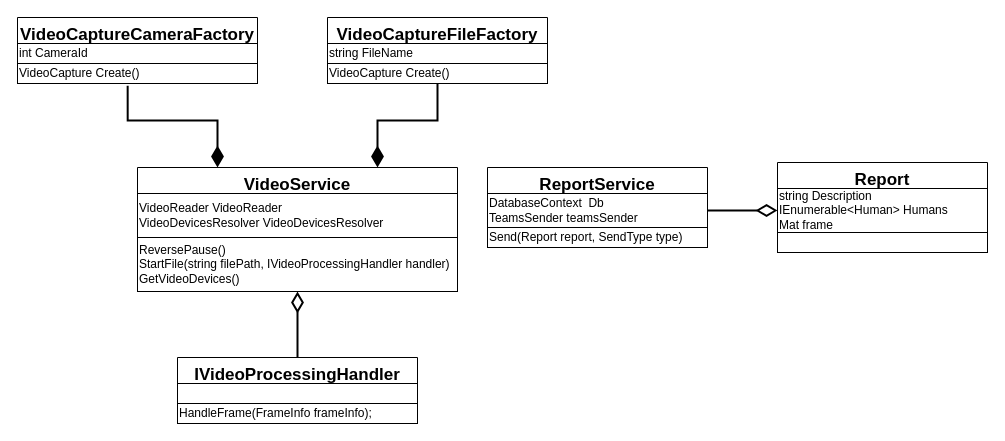
The draw.io diagram page "Services" (5 of 11) of Engineering/Packets-detailed.drawio in GoldGreen/Skeletonization, before the edit. Source tidied: cells renumbered, new cells numbered last; positions are measured from the earlier drawing's top-left corner, leaving out a move shared by most shapes. Both pictures are drawn from the tidied source at 100%, with x=0, y=0 at pixel (17, 17).
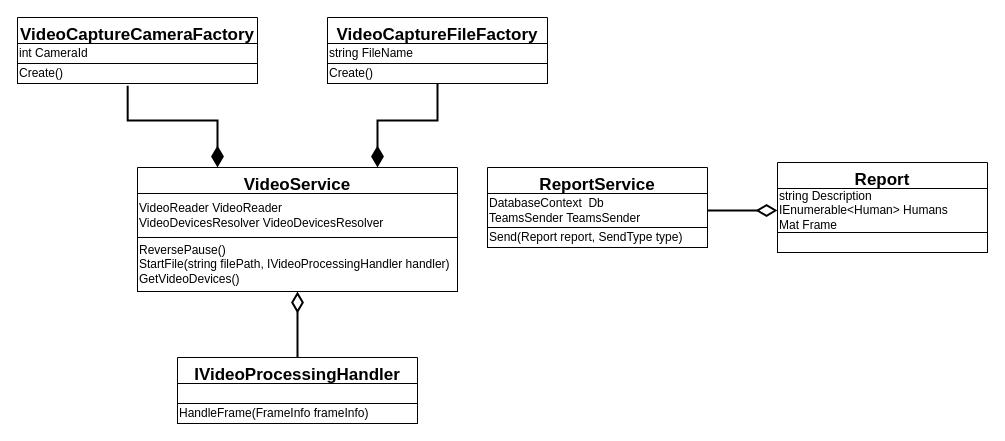
After the change.

Unchanged cells that the change refers to:
```xml
<mxCell id="8" value="VideoCaptureCameraFactory" style="swimlane;fontStyle=1;align=center;verticalAlign=top;horizontal=1;startSize=26;fontSize=17;" parent="1" vertex="1">
  <mxGeometry width="240" height="66" as="geometry" />
</mxCell>
<mxCell id="11" value="VideoCaptureFileFactory" style="swimlane;fontStyle=1;align=center;verticalAlign=top;horizontal=1;startSize=26;fontSize=17;" parent="1" vertex="1">
  <mxGeometry x="310" width="220" height="66" as="geometry" />
</mxCell>
<mxCell id="14" value="IVideoProcessingHandler" style="swimlane;fontStyle=1;align=center;verticalAlign=top;horizontal=1;startSize=26;fontSize=17;" parent="1" vertex="1">
  <mxGeometry x="160" y="340" width="240" height="66" as="geometry" />
</mxCell>
<mxCell id="17" value="ReportService" style="swimlane;fontStyle=1;align=center;verticalAlign=top;horizontal=1;startSize=26;fontSize=17;" parent="1" vertex="1">
  <mxGeometry x="470" y="150" width="220" height="80" as="geometry" />
</mxCell>
<mxCell id="20" value="Report" style="swimlane;fontStyle=1;align=center;verticalAlign=top;horizontal=1;startSize=26;fontSize=17;" parent="1" vertex="1">
  <mxGeometry x="760" y="145" width="210" height="90" as="geometry" />
</mxCell>
```

Change to the diagram source:
```diff
@@
-    <mxCell id="10" value="VideoCapture Create()" style="rounded=0;whiteSpace=wrap;html=1;fontFamily=Helvetica;fontSize=12;fontColor=default;startSize=26;strokeColor=default;fillColor=default;align=left;" parent="8" vertex="1">
+    <mxCell id="10" value="Create()" style="rounded=0;whiteSpace=wrap;html=1;fontFamily=Helvetica;fontSize=12;fontColor=default;startSize=26;strokeColor=default;fillColor=default;align=left;" parent="8" vertex="1">
       <mxGeometry y="46" width="240" height="20" as="geometry" />
     </mxCell>
@@
-    <mxCell id="13" value="VideoCapture Create()" style="rounded=0;whiteSpace=wrap;html=1;fontFamily=Helvetica;fontSize=12;fontColor=default;startSize=26;strokeColor=default;fillColor=default;align=left;" parent="11" vertex="1">
+    <mxCell id="13" value="Create()" style="rounded=0;whiteSpace=wrap;html=1;fontFamily=Helvetica;fontSize=12;fontColor=default;startSize=26;strokeColor=default;fillColor=default;align=left;" parent="11" vertex="1">
       <mxGeometry y="46" width="220" height="20" as="geometry" />
     </mxCell>
@@
-    <mxCell id="16" value="HandleFrame(FrameInfo frameInfo);" style="rounded=0;whiteSpace=wrap;html=1;fontFamily=Helvetica;fontSize=12;fontColor=default;startSize=26;strokeColor=default;fillColor=default;align=left;" parent="14" vertex="1">
+    <mxCell id="16" value="HandleFrame(FrameInfo frameInfo)" style="rounded=0;whiteSpace=wrap;html=1;fontFamily=Helvetica;fontSize=12;fontColor=default;startSize=26;strokeColor=default;fillColor=default;align=left;" parent="14" vertex="1">
       <mxGeometry y="46" width="240" height="20" as="geometry" />
     </mxCell>
@@
-    <mxCell id="18" value="DatabaseContext&amp;nbsp; Db&lt;br&gt;TeamsSender teamsSender" style="rounded=0;whiteSpace=wrap;html=1;fontFamily=Helvetica;fontSize=12;fontColor=default;startSize=26;strokeColor=default;fillColor=default;align=left;" parent="17" vertex="1">
+    <mxCell id="18" value="DatabaseContext&amp;nbsp; Db&lt;br&gt;TeamsSender TeamsSender" style="rounded=0;whiteSpace=wrap;html=1;fontFamily=Helvetica;fontSize=12;fontColor=default;startSize=26;strokeColor=default;fillColor=default;align=left;" parent="17" vertex="1">
       <mxGeometry y="26" width="220" height="34" as="geometry" />
     </mxCell>
@@
-    <mxCell id="21" value="string Description&lt;br&gt;IEnumerable&amp;lt;Human&amp;gt; Humans&lt;br&gt;Mat frame" style="rounded=0;whiteSpace=wrap;html=1;fontFamily=Helvetica;fontSize=12;fontColor=default;startSize=26;strokeColor=default;fillColor=default;align=left;" parent="20" vertex="1">
+    <mxCell id="21" value="string Description&lt;br&gt;IEnumerable&amp;lt;Human&amp;gt; Humans&lt;br&gt;Mat Frame" style="rounded=0;whiteSpace=wrap;html=1;fontFamily=Helvetica;fontSize=12;fontColor=default;startSize=26;strokeColor=default;fillColor=default;align=left;" parent="20" vertex="1">
       <mxGeometry y="26" width="210" height="44" as="geometry" />
     </mxCell>
```
